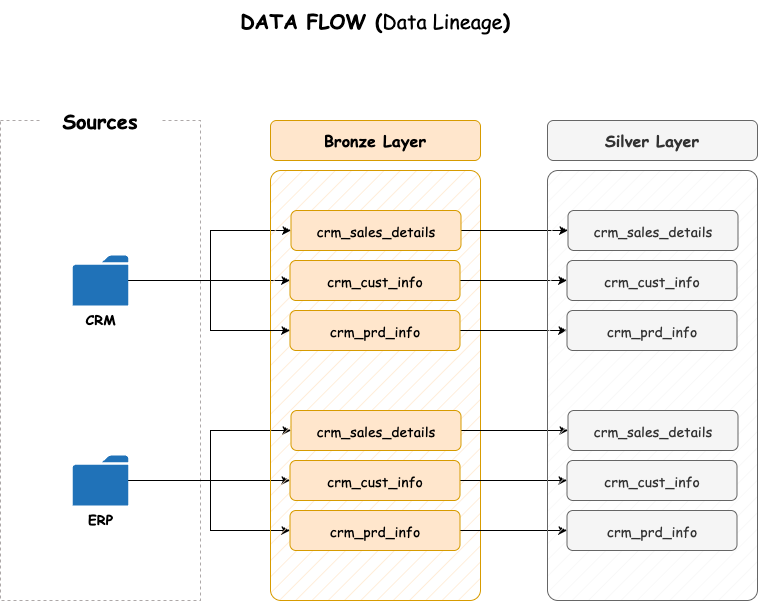
Above: docs/data_flow.png in gloryodeyemi/SQL-Data-Warehouse (draw.io), before the change. Source tidied: cells renumbered, new cells last; positions are measured from the earlier drawing's top-left corner, leaving out a move shared by most shapes.
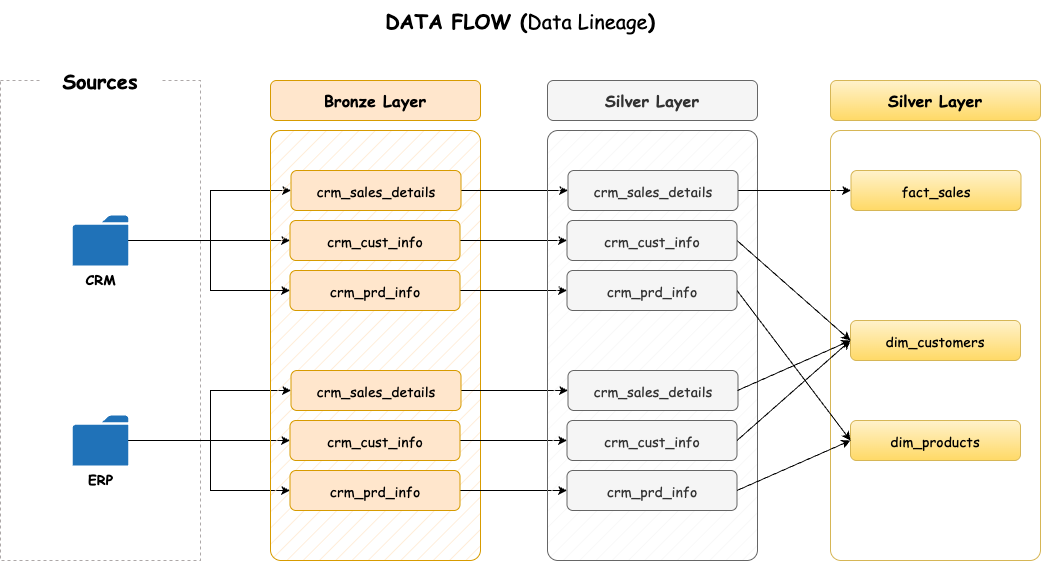
Above is the later version.

Commit message:
Data flow update

The edit, as a diff of the source:
```diff
@@ -95,7 +95,7 @@
       <mxGeometry x="289.5" y="510" width="170" height="40" as="geometry" />
     </mxCell>
     <mxCell id="26" value="&lt;font style=&quot;font-size: 20px;&quot;&gt;&lt;b&gt;DATA FLOW (&lt;/b&gt;Data Lineage&lt;b&gt;)&lt;/b&gt;&lt;/font&gt;" style="rounded=0;whiteSpace=wrap;html=1;strokeColor=none;fontFamily=Comic Sans MS;" parent="1" vertex="1">
-      <mxGeometry x="202" width="346" height="40" as="geometry" />
+      <mxGeometry x="350" y="40" width="340" height="40" as="geometry" />
     </mxCell>
     <mxCell id="27" style="rounded=1;whiteSpace=wrap;html=1;arcSize=5;fillColor=#f5f5f5;strokeColor=#666666;fillStyle=hatch;fontColor=#333333;" parent="1" vertex="1">
       <mxGeometry x="547" y="170" width="210" height="430" as="geometry" />
@@ -103,6 +103,9 @@
     <mxCell id="28" value="&lt;span&gt;&lt;b&gt;Silver Layer&lt;/b&gt;&lt;/span&gt;" style="rounded=1;whiteSpace=wrap;html=1;fillColor=#f5f5f5;strokeColor=#666666;fontFamily=Comic Sans MS;fontSize=16;fontStyle=0;fontColor=#333333;" parent="1" vertex="1">
       <mxGeometry x="547" y="120" width="210" height="40" as="geometry" />
     </mxCell>
+    <mxCell id="35" style="edgeStyle=orthogonalEdgeStyle;rounded=0;jettySize=auto;html=1;entryX=0;entryY=0.5;entryDx=0;entryDy=0;" parent="1" edge="1" source="29" target="38">
+      <mxGeometry relative="1" as="geometry" />
+    </mxCell>
     <mxCell id="29" value="&lt;span&gt;&lt;font style=&quot;font-size: 14px;&quot;&gt;crm_sales_details&lt;/font&gt;&lt;/span&gt;" style="rounded=1;whiteSpace=wrap;html=1;fillColor=#f5f5f5;strokeColor=#666666;fontFamily=Comic Sans MS;fontSize=16;fontStyle=0;fontColor=#333333;" parent="1" vertex="1">
       <mxGeometry x="567.5" y="210" width="170" height="40" as="geometry" />
     </mxCell>
@@ -121,5 +124,37 @@
     <mxCell id="34" value="&lt;span&gt;&lt;font style=&quot;font-size: 14px;&quot;&gt;crm_prd_info&lt;/font&gt;&lt;/span&gt;" style="rounded=1;whiteSpace=wrap;html=1;fillColor=#f5f5f5;strokeColor=#666666;fontFamily=Comic Sans MS;fontSize=16;fontStyle=0;fontColor=#333333;" parent="1" vertex="1">
       <mxGeometry x="566.5" y="510" width="170" height="40" as="geometry" />
     </mxCell>
+    <mxCell id="36" style="rounded=1;whiteSpace=wrap;html=1;arcSize=5;fillColor=default;strokeColor=#d6b656;fillStyle=hatch;gradientColor=none;" parent="1" vertex="1">
+      <mxGeometry x="830" y="170" width="210" height="430" as="geometry" />
+    </mxCell>
+    <mxCell id="37" value="&lt;span&gt;&lt;b&gt;Silver Layer&lt;/b&gt;&lt;/span&gt;" style="rounded=1;whiteSpace=wrap;html=1;fillColor=#fff2cc;strokeColor=#d6b656;fontFamily=Comic Sans MS;fontSize=16;fontStyle=0;gradientColor=#ffd966;" parent="1" vertex="1">
+      <mxGeometry x="830" y="120" width="210" height="40" as="geometry" />
+    </mxCell>
+    <mxCell id="38" value="&lt;span&gt;&lt;font style=&quot;font-size: 14px;&quot;&gt;fact_sales&lt;/font&gt;&lt;/span&gt;" style="rounded=1;whiteSpace=wrap;html=1;fillColor=#fff2cc;strokeColor=#d6b656;fontFamily=Comic Sans MS;fontSize=16;fontStyle=0;gradientColor=#ffd966;" parent="1" vertex="1">
+      <mxGeometry x="850.5" y="210" width="170" height="40" as="geometry" />
+    </mxCell>
+    <mxCell id="39" value="&lt;span&gt;&lt;font style=&quot;font-size: 14px;&quot;&gt;dim_customers&lt;/font&gt;&lt;/span&gt;" style="rounded=1;whiteSpace=wrap;html=1;fillColor=#fff2cc;strokeColor=#d6b656;fontFamily=Comic Sans MS;fontSize=16;fontStyle=0;gradientColor=#ffd966;" parent="1" vertex="1">
+      <mxGeometry x="850" y="360" width="170" height="40" as="geometry" />
+    </mxCell>
+    <mxCell id="40" value="&lt;span&gt;&lt;font style=&quot;font-size: 14px;&quot;&gt;dim_products&lt;/font&gt;&lt;/span&gt;" style="rounded=1;whiteSpace=wrap;html=1;fillColor=#fff2cc;strokeColor=#d6b656;fontFamily=Comic Sans MS;fontSize=16;fontStyle=0;gradientColor=#ffd966;" parent="1" vertex="1">
+      <mxGeometry x="850" y="460" width="170" height="40" as="geometry" />
+    </mxCell>
+    <mxCell id="41" style="endArrow=classic;html=1;rounded=0;entryX=0;entryY=0.5;entryDx=0;entryDy=0;exitX=1;exitY=0.5;exitDx=0;exitDy=0;" parent="1" edge="1" source="30" target="39">
+      <mxGeometry relative="1" as="geometry" />
+    </mxCell>
+    <mxCell id="42" style="endArrow=classic;html=1;rounded=0;entryX=0;entryY=0.5;entryDx=0;entryDy=0;exitX=1;exitY=0.5;exitDx=0;exitDy=0;" parent="1" edge="1" source="34" target="40">
+      <mxGeometry relative="1" as="geometry" />
+    </mxCell>
+    <mxCell id="43" style="endArrow=classic;html=1;rounded=0;entryX=0;entryY=0.5;entryDx=0;entryDy=0;exitX=1;exitY=0.5;exitDx=0;exitDy=0;" parent="1" edge="1" source="33" target="39">
+      <mxGeometry relative="1" as="geometry" />
+    </mxCell>
+    <mxCell id="44" style="endArrow=classic;html=1;rounded=0;entryX=0;entryY=0.5;entryDx=0;entryDy=0;" parent="1" edge="1" target="39">
+      <mxGeometry relative="1" as="geometry">
+        <mxPoint x="737" y="430" as="sourcePoint" />
+      </mxGeometry>
+    </mxCell>
+    <mxCell id="45" style="endArrow=classic;html=1;rounded=0;entryX=0;entryY=0.5;entryDx=0;entryDy=0;exitX=1;exitY=0.5;exitDx=0;exitDy=0;" parent="1" edge="1" source="31" target="40">
+      <mxGeometry relative="1" as="geometry" />
+    </mxCell>
   </root>
 </mxGraphModel>
```
